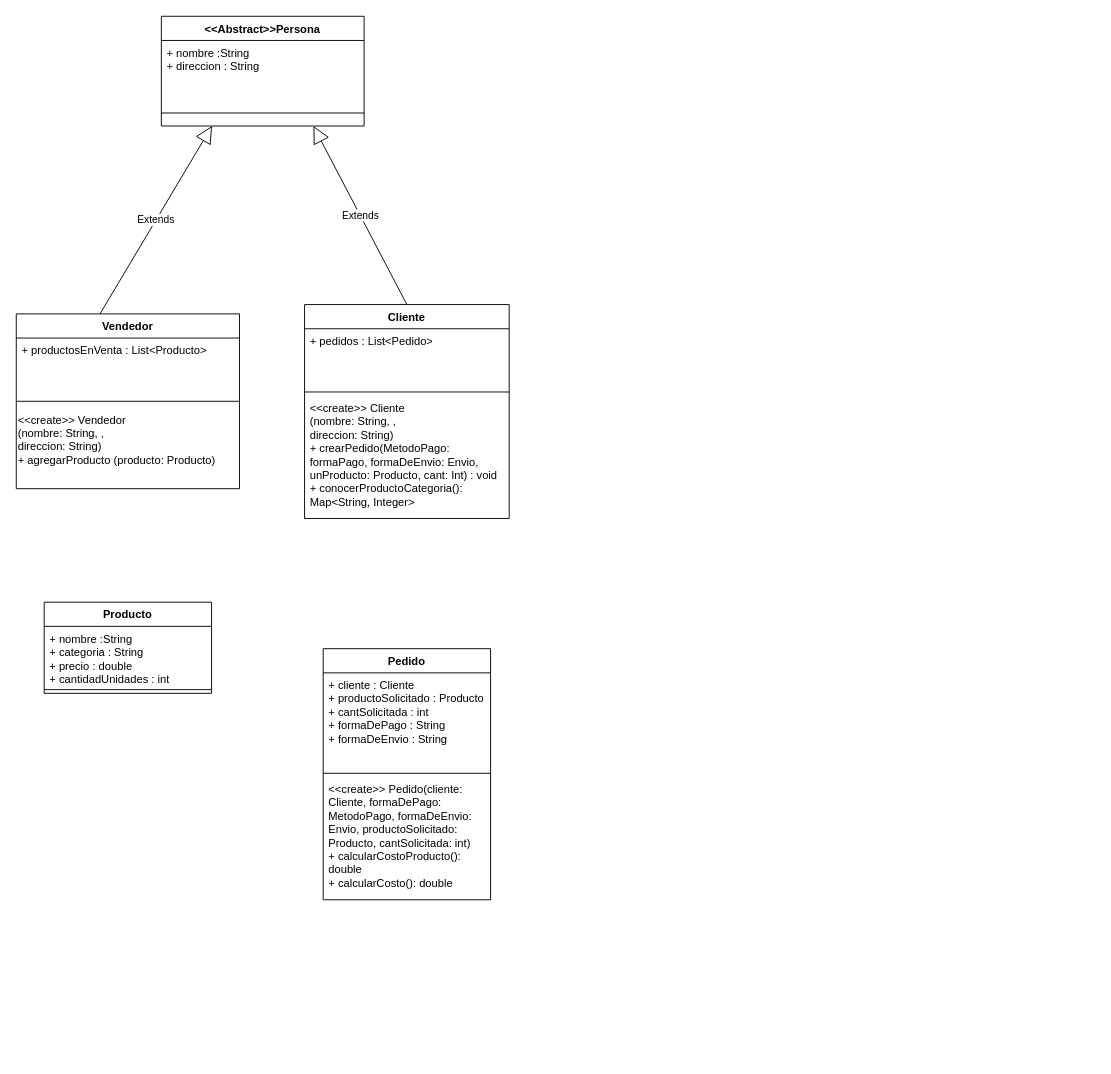
Above: ejercicio23-mercado-de-objetos/Ejercicio23_UML.drawio in imnotsetro/OO1 (draw.io), before the change. Source tidied: cells renumbered, new cells numbered last; positions are measured from the earlier drawing's top-left corner, leaving out a move shared by most shapes. Both pictures are drawn from the tidied source at 93%, with x=0, y=0 at pixel (16, 16).
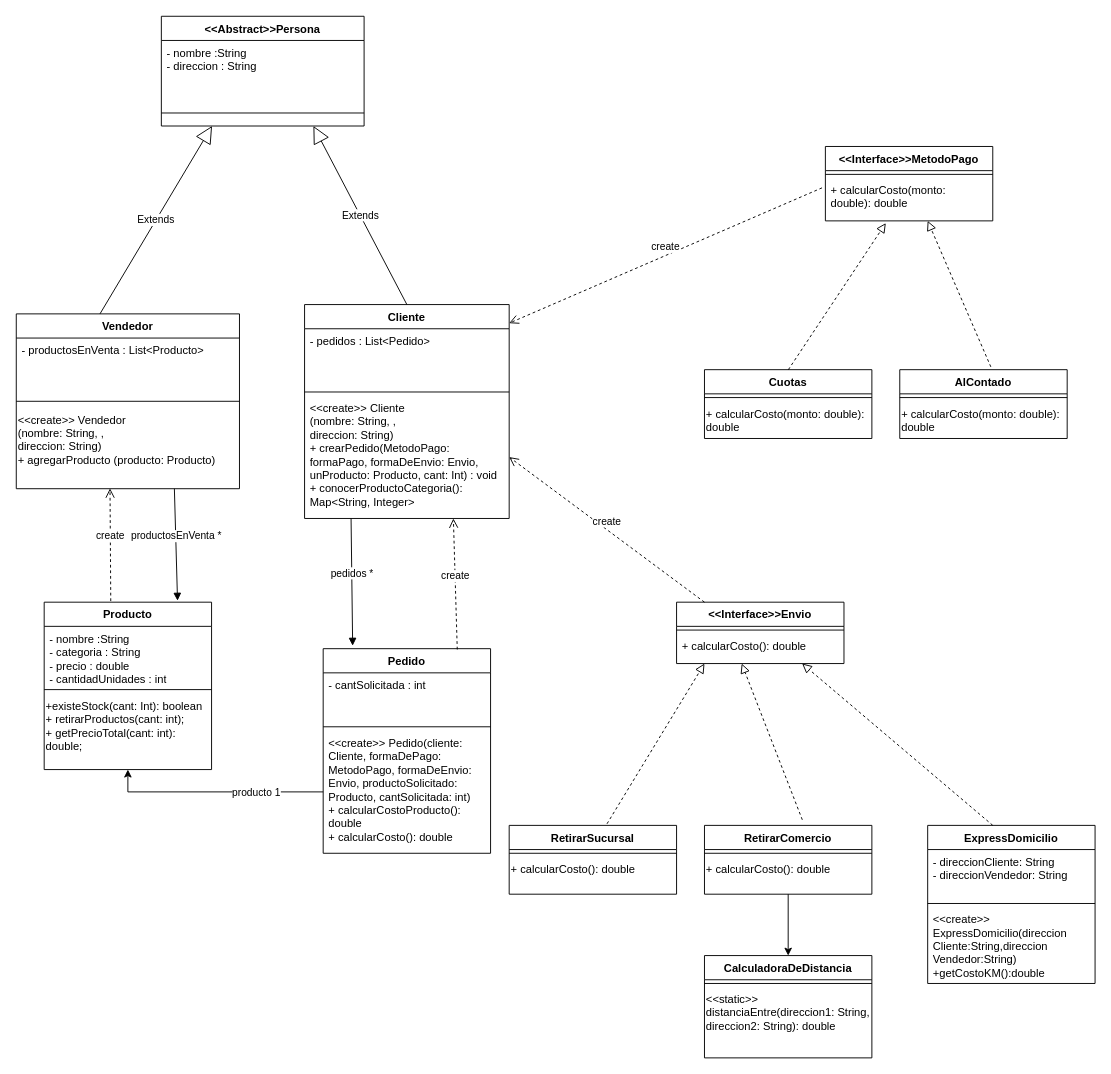
The same page after the edit.

The change refers to these unchanged cells:
```xml
<mxCell id="2" value="Vendedor" style="swimlane;fontStyle=1;align=center;verticalAlign=top;horizontal=1;startSize=26;whiteSpace=wrap;html=1;" parent="1" vertex="1">
  <mxGeometry y="320" width="240" height="188" as="geometry" />
</mxCell>
<mxCell id="6" value="&lt;div&gt;&amp;lt;&amp;lt;create&amp;gt;&amp;gt; Vendedor&amp;nbsp;&lt;/div&gt;&lt;div&gt;(nombre: String, ,&amp;nbsp;&lt;/div&gt;&lt;div&gt;direccion: String)&lt;/div&gt;&lt;div&gt;+ agregarProducto (producto: Producto)&lt;br&gt;&lt;/div&gt;&lt;div&gt;&lt;br&gt;&lt;/div&gt;" style="text;html=1;align=left;verticalAlign=middle;points=[];strokeColor=none;fillColor=none;" parent="2" vertex="1">
  <mxGeometry y="98" width="240" height="90" as="geometry" />
</mxCell>
<mxCell id="10" value="&amp;lt;&amp;lt;Abstract&amp;gt;&amp;gt;Persona" style="swimlane;fontStyle=1;align=center;verticalAlign=top;horizontal=1;startSize=26;whiteSpace=wrap;html=1;" parent="1" vertex="1">
  <mxGeometry x="156" width="218" height="118" as="geometry" />
</mxCell>
<mxCell id="13" value="Cliente" style="swimlane;fontStyle=1;align=center;verticalAlign=top;horizontal=1;startSize=26;whiteSpace=wrap;html=1;" parent="1" vertex="1">
  <mxGeometry x="310" y="310" width="220" height="230" as="geometry" />
</mxCell>
<mxCell id="16" value="&lt;div&gt;&lt;div&gt;&amp;lt;&amp;lt;create&amp;gt;&amp;gt; Cliente&lt;/div&gt;&lt;div&gt;(nombre: String, ,&amp;nbsp;&lt;/div&gt;&lt;div&gt;direccion: String)&lt;/div&gt;+ crearPedido(MetodoPago: formaPago, formaDeEnvio: Envio, unProducto: Producto, cant: Int) : void&lt;/div&gt;&lt;div&gt;+ conocerProductoCategoria(): Map&amp;lt;String, Integer&amp;gt;&lt;br&gt;&lt;/div&gt;" style="text;strokeColor=none;fillColor=none;align=left;verticalAlign=top;spacingLeft=4;spacingRight=4;overflow=hidden;points=[[0,0.5],[1,0.5]];portConstraint=eastwest;whiteSpace=wrap;html=1;" parent="13" vertex="1">
  <mxGeometry y="98" width="220" height="132" as="geometry" />
</mxCell>
```

The edit, as a diff of the source:
```diff
@@
-    <mxCell id="4" value="&lt;div&gt;+ productosEnVenta : List&amp;lt;Producto&amp;gt;&lt;br&gt;&lt;/div&gt;" style="text;strokeColor=none;fillColor=none;align=left;verticalAlign=top;spacingLeft=4;spacingRight=4;overflow=hidden;whiteSpace=wrap;html=1;" parent="2" vertex="1">
+    <mxCell id="4" value="&lt;div&gt;- productosEnVenta : List&amp;lt;Producto&amp;gt;&lt;br&gt;&lt;/div&gt;" style="text;strokeColor=none;fillColor=none;align=left;verticalAlign=top;spacingLeft=4;spacingRight=4;overflow=hidden;whiteSpace=wrap;html=1;" parent="2" vertex="1">
       <mxGeometry y="26" width="240" height="64" as="geometry" />
     </mxCell>
@@
     <mxCell id="7" value="Producto" style="swimlane;fontStyle=1;align=center;verticalAlign=top;horizontal=1;startSize=26;whiteSpace=wrap;html=1;" parent="1" vertex="1">
-      <mxGeometry x="30" y="630" width="180" height="98" as="geometry" />
+      <mxGeometry x="30" y="630" width="180" height="180" as="geometry" />
     </mxCell>
+    <mxCell id="22" value="create" style="html=1;verticalAlign=bottom;endArrow=open;dashed=1;endSize=8;curved=0;rounded=0;entryX=0.42;entryY=0.996;entryDx=0;entryDy=0;entryPerimeter=0;exitX=0.347;exitY=1.015;exitDx=0;exitDy=0;exitPerimeter=0;" parent="7" edge="1" target="6">
+      <mxGeometry relative="1" as="geometry">
+        <mxPoint x="71.6" y="-1.2" as="sourcePoint" />
+      </mxGeometry>
+    </mxCell>
-    <mxCell id="8" value="&lt;div&gt;+ nombre :String&lt;/div&gt;&lt;div&gt;+ categoria : String&lt;/div&gt;&lt;div&gt;+ precio : double&lt;/div&gt;&lt;div&gt;+ cantidadUnidades : int&lt;/div&gt;" style="text;strokeColor=none;fillColor=none;align=left;verticalAlign=top;spacingLeft=4;spacingRight=4;overflow=hidden;whiteSpace=wrap;html=1;" parent="7" vertex="1">
+    <mxCell id="8" value="&lt;div&gt;- nombre :String&lt;/div&gt;&lt;div&gt;- categoria : String&lt;/div&gt;&lt;div&gt;- precio : double&lt;/div&gt;&lt;div&gt;- cantidadUnidades : int&lt;/div&gt;" style="text;strokeColor=none;fillColor=none;align=left;verticalAlign=top;spacingLeft=4;spacingRight=4;overflow=hidden;whiteSpace=wrap;html=1;" parent="7" vertex="1">
       <mxGeometry y="26" width="180" height="64" as="geometry" />
     </mxCell>
@@
+    <mxCell id="23" value="&lt;div&gt;+existeStock(cant: Int): boolean&lt;br&gt;&lt;/div&gt;&lt;div&gt;+ retirarProductos(cant: int);&lt;/div&gt;+ getPrecioTotal(cant: int): double;" style="text;whiteSpace=wrap;html=1;" parent="7" vertex="1">
+      <mxGeometry y="98" width="180" height="82" as="geometry" />
+    </mxCell>
@@
-    <mxCell id="11" value="&lt;div&gt;+ nombre :String&lt;/div&gt;&lt;div&gt;+ direccion : String&lt;/div&gt;" style="text;strokeColor=none;fillColor=none;align=left;verticalAlign=top;spacingLeft=4;spacingRight=4;overflow=hidden;whiteSpace=wrap;html=1;" parent="10" vertex="1">
+    <mxCell id="11" value="&lt;div&gt;- nombre :String&lt;/div&gt;&lt;div&gt;- direccion : String&lt;/div&gt;" style="text;strokeColor=none;fillColor=none;align=left;verticalAlign=top;spacingLeft=4;spacingRight=4;overflow=hidden;whiteSpace=wrap;html=1;" parent="10" vertex="1">
       <mxGeometry y="26" width="218" height="64" as="geometry" />
     </mxCell>
@@
-    <mxCell id="14" value="&lt;div&gt;+ pedidos : List&amp;lt;Pedido&amp;gt;&lt;br&gt;&lt;/div&gt;" style="text;strokeColor=none;fillColor=none;align=left;verticalAlign=top;spacingLeft=4;spacingRight=4;overflow=hidden;whiteSpace=wrap;html=1;" parent="13" vertex="1">
+    <mxCell id="14" value="&lt;div&gt;- pedidos : List&amp;lt;Pedido&amp;gt;&lt;br&gt;&lt;/div&gt;" style="text;strokeColor=none;fillColor=none;align=left;verticalAlign=top;spacingLeft=4;spacingRight=4;overflow=hidden;whiteSpace=wrap;html=1;" parent="13" vertex="1">
       <mxGeometry y="26" width="220" height="64" as="geometry" />
     </mxCell>
@@
     <mxCell id="17" value="Pedido" style="swimlane;fontStyle=1;align=center;verticalAlign=top;horizontal=1;startSize=26;whiteSpace=wrap;html=1;" parent="1" vertex="1">
-      <mxGeometry x="330" y="680" width="180" height="270" as="geometry" />
+      <mxGeometry x="330" y="680" width="180" height="220" as="geometry" />
     </mxCell>
-    <mxCell id="18" value="&lt;div&gt;+ cliente : Cliente&lt;br&gt;&lt;/div&gt;&lt;div&gt;+ productoSolicitado : Producto&lt;/div&gt;&lt;div&gt;+ cantSolicitada : int&lt;br&gt;&lt;/div&gt;&lt;div&gt;+ formaDePago : String&lt;/div&gt;&lt;div&gt;+ formaDeEnvio : String&lt;/div&gt;" style="text;strokeColor=none;fillColor=none;align=left;verticalAlign=top;spacingLeft=4;spacingRight=4;overflow=hidden;whiteSpace=wrap;html=1;" parent="17" vertex="1">
-      <mxGeometry y="26" width="180" height="104" as="geometry" />
+    <mxCell id="18" value="&lt;div&gt;- cantSolicitada : int&lt;br&gt;&lt;/div&gt;" style="text;strokeColor=none;fillColor=none;align=left;verticalAlign=top;spacingLeft=4;spacingRight=4;overflow=hidden;whiteSpace=wrap;html=1;" parent="17" vertex="1">
+      <mxGeometry y="26" width="180" height="54" as="geometry" />
     </mxCell>
     <mxCell id="19" style="line;strokeWidth=1;fillColor=none;align=left;verticalAlign=middle;spacingTop=-1;spacingLeft=3;spacingRight=3;labelPosition=right;strokeColor=inherit;" parent="17" vertex="1">
-      <mxGeometry y="130" width="180" height="8" as="geometry" />
+      <mxGeometry y="80" width="180" height="8" as="geometry" />
     </mxCell>
     <mxCell id="20" value="&amp;lt;&amp;lt;create&amp;gt;&amp;gt; Pedido(cliente: Cliente, formaDePago: MetodoPago, formaDeEnvio: Envio, productoSolicitado: Producto, cantSolicitada: int)&lt;br&gt;+ calcularCostoProducto(): double&lt;br&gt;+ calcularCosto(): double" style="text;strokeColor=none;fillColor=none;align=left;verticalAlign=top;spacingLeft=4;spacingRight=4;overflow=hidden;points=[[0,0.5],[1,0.5]];portConstraint=eastwest;whiteSpace=wrap;html=1;" parent="17" vertex="1">
-      <mxGeometry y="138" width="180" height="132" as="geometry" />
+      <mxGeometry y="88" width="180" height="132" as="geometry" />
     </mxCell>
@@
+    <mxCell id="24" value="pedidos *" style="html=1;verticalAlign=bottom;endArrow=block;curved=0;rounded=0;entryX=0.454;entryY=-0.012;entryDx=0;entryDy=0;entryPerimeter=0;" parent="1" edge="1">
+      <mxGeometry relative="1" as="geometry">
+        <mxPoint x="360" y="540" as="sourcePoint" />
+        <mxPoint x="361.7" y="676.8" as="targetPoint" />
+      </mxGeometry>
+    </mxCell>
+    <mxCell id="25" value="productosEnVenta *" style="html=1;verticalAlign=bottom;endArrow=block;curved=0;rounded=0;entryX=0.352;entryY=-0.007;entryDx=0;entryDy=0;entryPerimeter=0;" parent="1" edge="1">
+      <mxGeometry relative="1" as="geometry">
+        <mxPoint x="170" y="508" as="sourcePoint" />
+        <mxPoint x="173.4" y="628.4" as="targetPoint" />
+      </mxGeometry>
+    </mxCell>
+    <mxCell id="26" value="create" style="html=1;verticalAlign=bottom;endArrow=open;dashed=1;endSize=8;curved=0;rounded=0;entryX=0.42;entryY=0.996;entryDx=0;entryDy=0;entryPerimeter=0;exitX=0.801;exitY=0.004;exitDx=0;exitDy=0;exitPerimeter=0;" parent="1" edge="1" source="17">
+      <mxGeometry relative="1" as="geometry">
+        <mxPoint x="470" y="540" as="targetPoint" />
+      </mxGeometry>
+    </mxCell>
+    <mxCell id="27" value="&amp;lt;&amp;lt;Interface&amp;gt;&amp;gt;Envio" style="swimlane;fontStyle=1;align=center;verticalAlign=top;horizontal=1;startSize=26;whiteSpace=wrap;html=1;" parent="1" vertex="1">
+      <mxGeometry x="710" y="630" width="180" height="66" as="geometry" />
+    </mxCell>
+    <mxCell id="28" style="line;strokeWidth=1;fillColor=none;align=left;verticalAlign=middle;spacingTop=-1;spacingLeft=3;spacingRight=3;labelPosition=right;strokeColor=inherit;" parent="27" vertex="1">
+      <mxGeometry y="26" width="180" height="8" as="geometry" />
+    </mxCell>
+    <mxCell id="29" value="+ calcularCosto(): double" style="text;strokeColor=none;fillColor=none;align=left;verticalAlign=top;spacingLeft=4;spacingRight=4;overflow=hidden;whiteSpace=wrap;html=1;" parent="27" vertex="1">
+      <mxGeometry y="34" width="180" height="32" as="geometry" />
+    </mxCell>
+    <mxCell id="30" value="ExpressDomicilio" style="swimlane;fontStyle=1;align=center;verticalAlign=top;horizontal=1;startSize=26;whiteSpace=wrap;html=1;" parent="1" vertex="1">
+      <mxGeometry x="980" y="870" width="180" height="170" as="geometry" />
+    </mxCell>
+    <mxCell id="31" value="&lt;div&gt;- direccionCliente: String&lt;/div&gt;&lt;div&gt;- direccionVendedor: String&lt;br&gt;&lt;/div&gt;" style="text;strokeColor=none;fillColor=none;align=left;verticalAlign=top;spacingLeft=4;spacingRight=4;overflow=hidden;whiteSpace=wrap;html=1;" parent="30" vertex="1">
+      <mxGeometry y="26" width="180" height="54" as="geometry" />
+    </mxCell>
+    <mxCell id="32" style="line;strokeWidth=1;fillColor=none;align=left;verticalAlign=middle;spacingTop=-1;spacingLeft=3;spacingRight=3;labelPosition=right;strokeColor=inherit;" parent="30" vertex="1">
+      <mxGeometry y="80" width="180" height="8" as="geometry" />
+    </mxCell>
+    <mxCell id="33" value="&lt;div&gt;&amp;lt;&amp;lt;create&amp;gt;&amp;gt; ExpressDomicilio(direccion&lt;/div&gt;&lt;div&gt;Cliente:String,direccion&lt;/div&gt;&lt;div&gt;Vendedor:String)&lt;/div&gt;&lt;div&gt;+getCostoKM():double&lt;/div&gt;" style="text;strokeColor=none;fillColor=none;align=left;verticalAlign=top;spacingLeft=4;spacingRight=4;overflow=hidden;whiteSpace=wrap;html=1;" parent="30" vertex="1">
+      <mxGeometry y="88" width="180" height="82" as="geometry" />
+    </mxCell>
+    <mxCell id="34" value="RetirarComercio" style="swimlane;fontStyle=1;align=center;verticalAlign=top;horizontal=1;startSize=26;whiteSpace=wrap;html=1;" parent="1" vertex="1">
+      <mxGeometry x="740" y="870" width="180" height="74" as="geometry" />
+    </mxCell>
+    <mxCell id="35" style="line;strokeWidth=1;fillColor=none;align=left;verticalAlign=middle;spacingTop=-1;spacingLeft=3;spacingRight=3;labelPosition=right;strokeColor=inherit;" parent="34" vertex="1">
+      <mxGeometry y="26" width="180" height="8" as="geometry" />
+    </mxCell>
+    <mxCell id="36" value="+ calcularCosto(): double" style="text;whiteSpace=wrap;html=1;" parent="34" vertex="1">
+      <mxGeometry y="34" width="180" height="40" as="geometry" />
+    </mxCell>
+    <mxCell id="37" value="RetirarSucursal" style="swimlane;fontStyle=1;align=center;verticalAlign=top;horizontal=1;startSize=26;whiteSpace=wrap;html=1;" parent="1" vertex="1">
+      <mxGeometry x="530" y="870" width="180" height="74" as="geometry" />
+    </mxCell>
+    <mxCell id="38" style="line;strokeWidth=1;fillColor=none;align=left;verticalAlign=middle;spacingTop=-1;spacingLeft=3;spacingRight=3;labelPosition=right;strokeColor=inherit;" parent="37" vertex="1">
+      <mxGeometry y="26" width="180" height="8" as="geometry" />
+    </mxCell>
+    <mxCell id="39" value="+ calcularCosto(): double" style="text;whiteSpace=wrap;html=1;" parent="37" vertex="1">
+      <mxGeometry y="34" width="180" height="40" as="geometry" />
+    </mxCell>
+    <mxCell id="40" style="html=1;verticalAlign=bottom;endArrow=block;dashed=1;endSize=8;curved=0;rounded=0;entryX=0.361;entryY=1.052;entryDx=0;entryDy=0;entryPerimeter=0;exitX=0.347;exitY=1.015;exitDx=0;exitDy=0;exitPerimeter=0;endFill=0;" parent="1" edge="1">
+      <mxGeometry relative="1" as="geometry">
+        <mxPoint x="635.2" y="868.3" as="sourcePoint" />
+        <mxPoint x="740" y="696" as="targetPoint" />
+      </mxGeometry>
+    </mxCell>
+    <mxCell id="41" style="html=1;verticalAlign=bottom;endArrow=block;dashed=1;endSize=8;curved=0;rounded=0;exitX=0.347;exitY=1.015;exitDx=0;exitDy=0;exitPerimeter=0;endFill=0;" parent="1" edge="1">
+      <mxGeometry relative="1" as="geometry">
+        <mxPoint x="845.2" y="864" as="sourcePoint" />
+        <mxPoint x="780" y="696" as="targetPoint" />
+      </mxGeometry>
+    </mxCell>
+    <mxCell id="42" style="html=1;verticalAlign=bottom;endArrow=block;dashed=1;endSize=8;curved=0;rounded=0;exitX=0.347;exitY=1.015;exitDx=0;exitDy=0;exitPerimeter=0;entryX=0.75;entryY=1;entryDx=0;entryDy=0;endFill=0;" parent="1" edge="1" target="27">
+      <mxGeometry relative="1" as="geometry">
+        <mxPoint x="1050" y="870" as="sourcePoint" />
+      </mxGeometry>
+    </mxCell>
+    <mxCell id="43" value="&amp;lt;&amp;lt;Interface&amp;gt;&amp;gt;MetodoPago" style="swimlane;fontStyle=1;align=center;verticalAlign=top;horizontal=1;startSize=26;whiteSpace=wrap;html=1;" parent="1" vertex="1">
+      <mxGeometry x="870" y="140" width="180" height="80" as="geometry" />
+    </mxCell>
+    <mxCell id="44" style="line;strokeWidth=1;fillColor=none;align=left;verticalAlign=middle;spacingTop=-1;spacingLeft=3;spacingRight=3;labelPosition=right;strokeColor=inherit;" parent="43" vertex="1">
+      <mxGeometry y="26" width="180" height="8" as="geometry" />
+    </mxCell>
+    <mxCell id="45" value="+ calcularCosto(monto: double): double" style="text;strokeColor=none;fillColor=none;align=left;verticalAlign=top;spacingLeft=4;spacingRight=4;overflow=hidden;points=[[0,0.5],[1,0.5]];portConstraint=eastwest;whiteSpace=wrap;html=1;" parent="43" vertex="1">
+      <mxGeometry y="34" width="180" height="46" as="geometry" />
+    </mxCell>
+    <mxCell id="46" value="AlContado" style="swimlane;fontStyle=1;align=center;verticalAlign=top;horizontal=1;startSize=26;whiteSpace=wrap;html=1;" parent="1" vertex="1">
+      <mxGeometry x="950" y="380" width="180" height="74" as="geometry" />
+    </mxCell>
+    <mxCell id="47" style="line;strokeWidth=1;fillColor=none;align=left;verticalAlign=middle;spacingTop=-1;spacingLeft=3;spacingRight=3;labelPosition=right;strokeColor=inherit;" parent="46" vertex="1">
+      <mxGeometry y="26" width="180" height="8" as="geometry" />
+    </mxCell>
+    <mxCell id="48" value="+ calcularCosto(monto: double): double" style="text;whiteSpace=wrap;html=1;" parent="46" vertex="1">
+      <mxGeometry y="34" width="180" height="40" as="geometry" />
+    </mxCell>
+    <mxCell id="49" value="Cuotas" style="swimlane;fontStyle=1;align=center;verticalAlign=top;horizontal=1;startSize=26;whiteSpace=wrap;html=1;" parent="1" vertex="1">
+      <mxGeometry x="740" y="380" width="180" height="74" as="geometry" />
+    </mxCell>
+    <mxCell id="50" style="line;strokeWidth=1;fillColor=none;align=left;verticalAlign=middle;spacingTop=-1;spacingLeft=3;spacingRight=3;labelPosition=right;strokeColor=inherit;" parent="49" vertex="1">
+      <mxGeometry y="26" width="180" height="8" as="geometry" />
+    </mxCell>
+    <mxCell id="51" value="+ calcularCosto(monto: double): double" style="text;whiteSpace=wrap;html=1;" parent="49" vertex="1">
+      <mxGeometry y="34" width="180" height="40" as="geometry" />
+    </mxCell>
+    <mxCell id="52" style="html=1;verticalAlign=bottom;endArrow=block;dashed=1;endSize=8;curved=0;rounded=0;entryX=0.361;entryY=1.052;entryDx=0;entryDy=0;entryPerimeter=0;exitX=0.347;exitY=1.015;exitDx=0;exitDy=0;exitPerimeter=0;endFill=0;" parent="1" edge="1" target="45">
+      <mxGeometry relative="1" as="geometry">
+        <mxPoint x="830.2" y="380" as="sourcePoint" />
+      </mxGeometry>
+    </mxCell>
+    <mxCell id="53" style="html=1;verticalAlign=bottom;endArrow=block;dashed=1;endSize=8;curved=0;rounded=0;exitX=0.544;exitY=-0.041;exitDx=0;exitDy=0;exitPerimeter=0;endFill=0;" parent="1" edge="1" source="46">
+      <mxGeometry relative="1" as="geometry">
+        <mxPoint x="980" y="220" as="targetPoint" />
+      </mxGeometry>
+    </mxCell>
+    <mxCell id="54" value="CalculadoraDeDistancia" style="swimlane;fontStyle=1;align=center;verticalAlign=top;horizontal=1;startSize=26;whiteSpace=wrap;html=1;" parent="1" vertex="1">
+      <mxGeometry x="740" y="1010" width="180" height="110" as="geometry" />
+    </mxCell>
+    <mxCell id="55" style="line;strokeWidth=1;fillColor=none;align=left;verticalAlign=middle;spacingTop=-1;spacingLeft=3;spacingRight=3;labelPosition=right;strokeColor=inherit;" parent="54" vertex="1">
+      <mxGeometry y="26" width="180" height="8" as="geometry" />
+    </mxCell>
+    <mxCell id="56" value="&amp;lt;&amp;lt;static&amp;gt;&amp;gt; distanciaEntre(direccion1: String, direccion2: String): double" style="text;whiteSpace=wrap;html=1;" parent="54" vertex="1">
+      <mxGeometry y="34" width="180" height="76" as="geometry" />
+    </mxCell>
+    <mxCell id="57" style="edgeStyle=orthogonalEdgeStyle;rounded=0;jettySize=auto;html=1;entryX=0.5;entryY=0;entryDx=0;entryDy=0;" parent="1" edge="1" source="36" target="54">
+      <mxGeometry relative="1" as="geometry" />
+    </mxCell>
+    <mxCell id="58" value="create" style="html=1;verticalAlign=bottom;endArrow=open;dashed=1;endSize=8;curved=0;rounded=0;entryX=1;entryY=0.5;entryDx=0;entryDy=0;exitX=0.801;exitY=0.004;exitDx=0;exitDy=0;exitPerimeter=0;" parent="1" edge="1" target="16">
+      <mxGeometry relative="1" as="geometry">
+        <mxPoint x="740" y="630" as="sourcePoint" />
+      </mxGeometry>
+    </mxCell>
+    <mxCell id="59" value="create" style="html=1;verticalAlign=bottom;endArrow=open;dashed=1;endSize=8;curved=0;rounded=0;entryX=0.75;entryY=1.023;entryDx=0;entryDy=0;entryPerimeter=0;exitX=-0.02;exitY=0.228;exitDx=0;exitDy=0;exitPerimeter=0;" parent="1" edge="1" source="45">
+      <mxGeometry relative="1" as="geometry">
+        <mxPoint x="530" y="330" as="targetPoint" />
+      </mxGeometry>
+    </mxCell>
+    <mxCell id="60" style="edgeStyle=orthogonalEdgeStyle;rounded=0;jettySize=auto;html=1;entryX=0.5;entryY=1;entryDx=0;entryDy=0;" parent="1" edge="1" source="20" target="23">
+      <mxGeometry relative="1" as="geometry" />
+    </mxCell>
+    <mxCell id="61" value="producto 1" style="edgeLabel;html=1;align=center;verticalAlign=middle;" parent="60" vertex="1">
+      <mxGeometry x="-0.38" relative="1" as="geometry" />
+    </mxCell>
```
